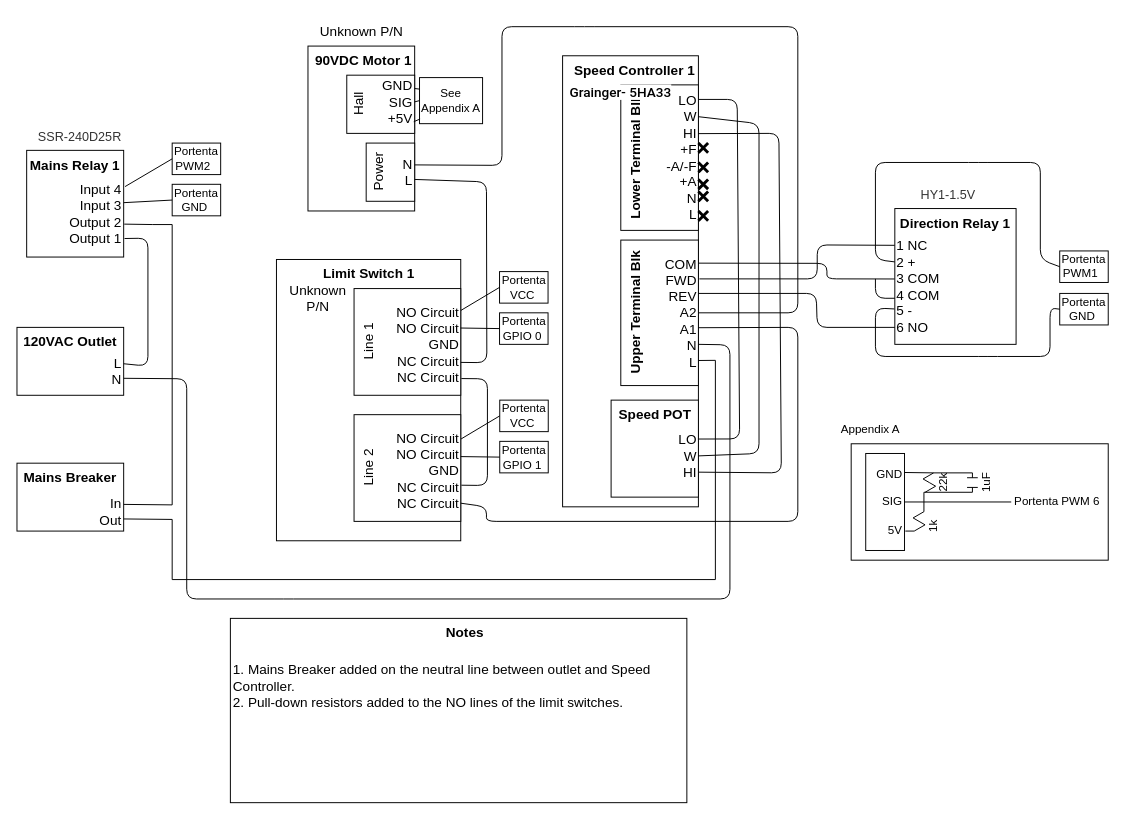
This is page "Page-3" (3 of 3) of docs/SystemSchematicV3.1.drawio from mark-mcnulty/two-axis-tracker-controller-code, a draw.io file, before an edit. Source tidied: cells renumbered, new cells numbered last; positions are measured from the earlier drawing's top-left corner, leaving out a move shared by most shapes. Both pictures are drawn from the tidied source at 97%, with x=0, y=0 at pixel (16, 16).
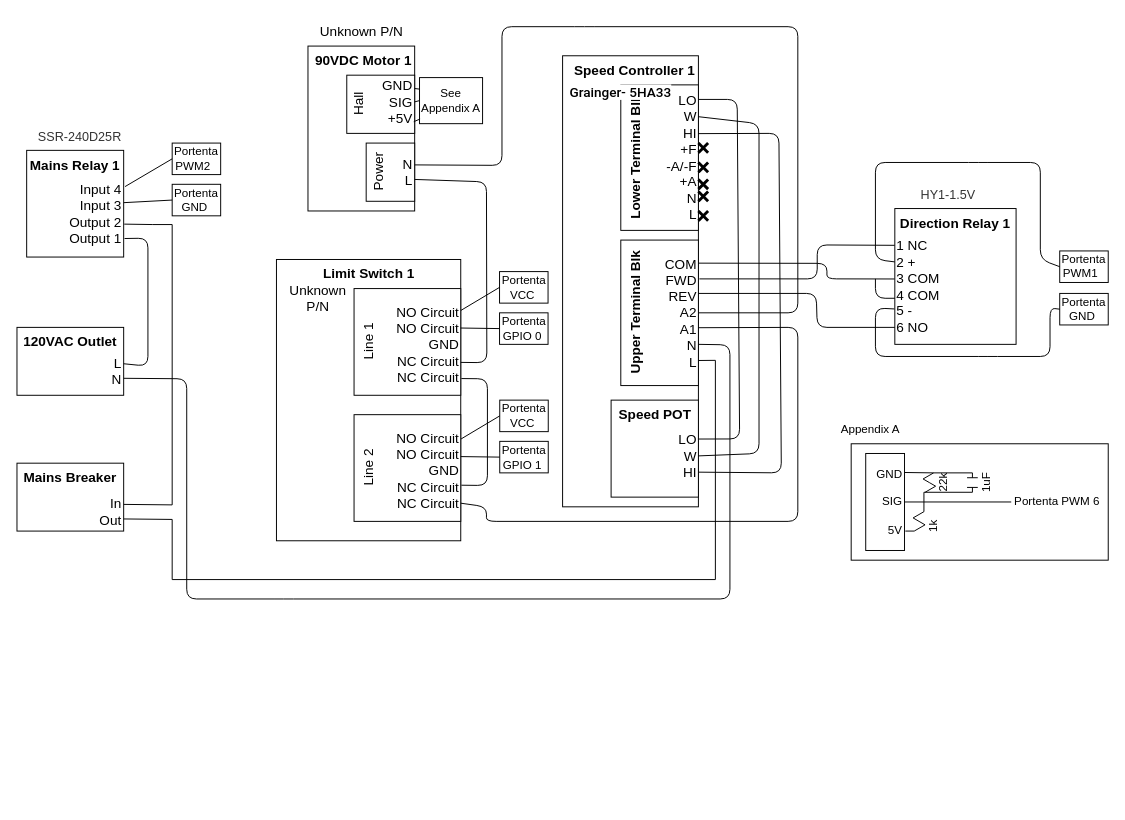
Above is the later version.

The edit, as a diff of the source:
```diff
@@
-    <mxCell id="107" style="rounded=0;whiteSpace=wrap;html=1;fontSize=14;" parent="1" vertex="1">
-      <mxGeometry x="220" y="620" width="470.6" height="190" as="geometry" />
-    </mxCell>
-    <mxCell id="108" value="1. Mains Breaker added on the neutral line between outlet and Speed Controller.&lt;br&gt;2. Pull-down resistors added to the NO lines of the limit switches." style="text;strokeColor=none;align=left;fillColor=none;html=1;verticalAlign=middle;whiteSpace=wrap;rounded=0;fontSize=14;" parent="1" vertex="1">
-      <mxGeometry x="220.6" y="640" width="470" height="100" as="geometry" />
-    </mxCell>
-    <mxCell id="109" value="&lt;b&gt;Notes&lt;/b&gt;" style="text;strokeColor=none;align=center;fillColor=none;html=1;verticalAlign=middle;whiteSpace=wrap;rounded=0;fontSize=14;" parent="1" vertex="1">
-      <mxGeometry x="406.9" y="620" width="110" height="30" as="geometry" />
-    </mxCell>
```
